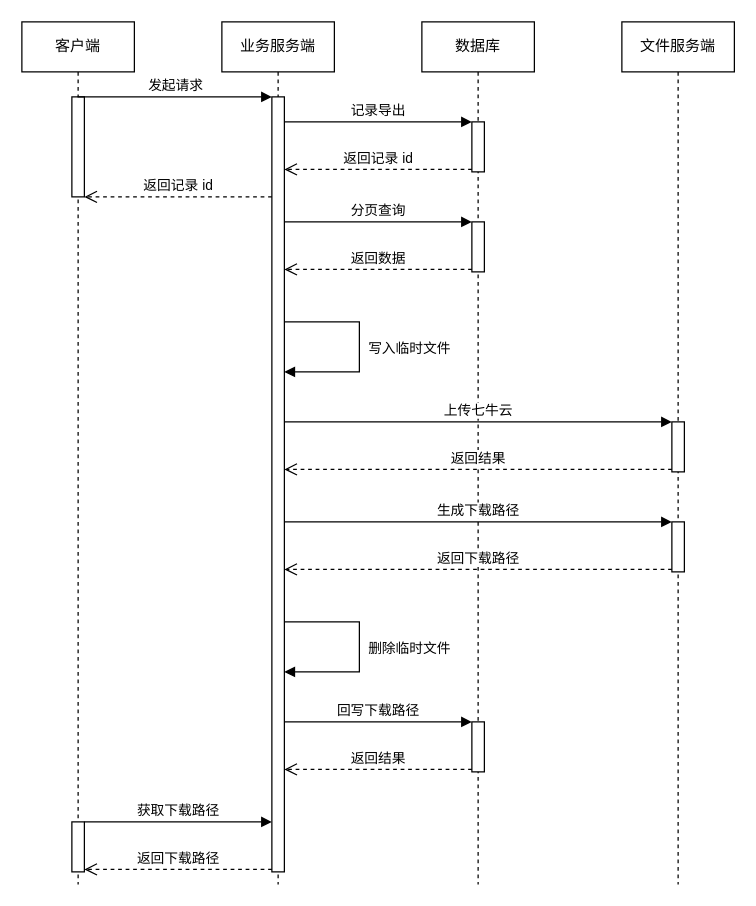
Before: 百万级别的数据导出/百万级别的数据导出.drawio in zero-97/picture-of-the-article, a draw.io diagram. Source tidied: cells renumbered, new cells numbered last; positions are measured from the earlier drawing's top-left corner, leaving out a move shared by most shapes. Both pictures are drawn from the tidied source at 125%, with x=0, y=0 at pixel (21, 21).
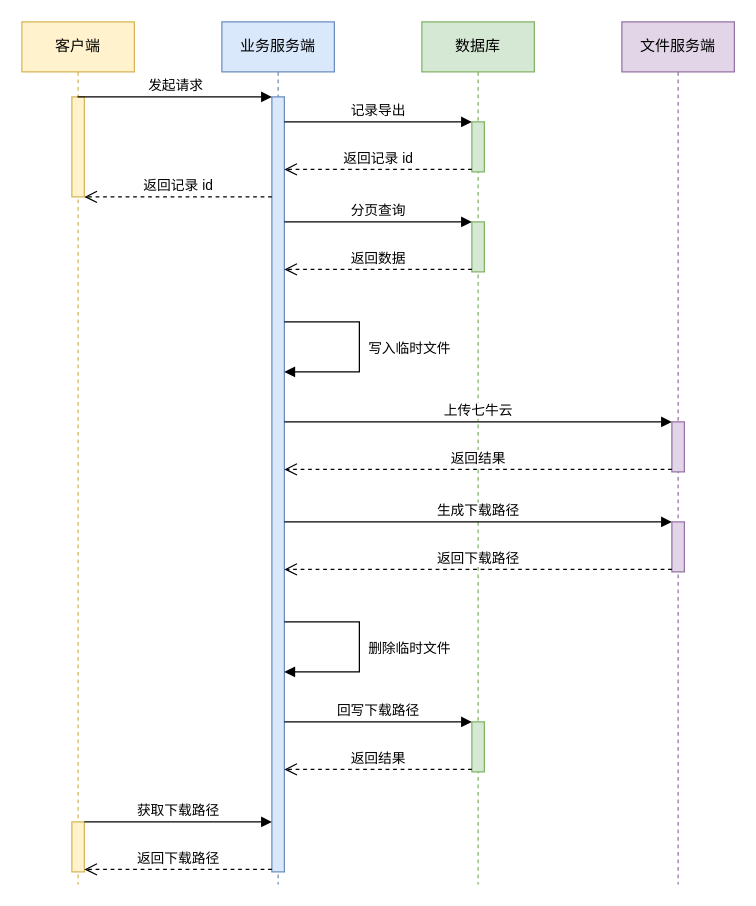
The same page after the edit.

Commit message (it also covers changes not shown here):
Update 百万级别的数据导出.drawio

What changed in the source:
```diff
@@
-    <mxCell id="2" value="客户端" style="shape=umlLifeline;perimeter=lifelinePerimeter;whiteSpace=wrap;html=1;outlineConnect=0;" parent="1" vertex="1">
+    <mxCell id="2" value="客户端" style="shape=umlLifeline;perimeter=lifelinePerimeter;whiteSpace=wrap;html=1;outlineConnect=0;fillColor=#fff2cc;strokeColor=#d6b656;" parent="1" vertex="1">
       <mxGeometry width="90" height="690" as="geometry" />
     </mxCell>
-    <mxCell id="3" style="html=1;points=[];perimeter=orthogonalPerimeter;" parent="2" vertex="1">
+    <mxCell id="3" style="html=1;points=[];perimeter=orthogonalPerimeter;fillColor=#fff2cc;strokeColor=#d6b656;" parent="2" vertex="1">
       <mxGeometry x="40" y="60" width="10" height="80" as="geometry" />
     </mxCell>
-    <mxCell id="4" style="html=1;perimeter=orthogonalPerimeter;" parent="2" vertex="1">
+    <mxCell id="4" style="html=1;perimeter=orthogonalPerimeter;fillColor=#fff2cc;strokeColor=#d6b656;" parent="2" vertex="1">
       <mxGeometry x="40" y="640" width="10" height="40" as="geometry" />
     </mxCell>
-    <mxCell id="5" value="业务服务端" style="shape=umlLifeline;perimeter=lifelinePerimeter;whiteSpace=wrap;html=1;" parent="1" vertex="1">
+    <mxCell id="5" value="业务服务端" style="shape=umlLifeline;perimeter=lifelinePerimeter;whiteSpace=wrap;html=1;fillColor=#dae8fc;strokeColor=#6c8ebf;" parent="1" vertex="1">
       <mxGeometry x="160" width="90" height="690" as="geometry" />
     </mxCell>
-    <mxCell id="6" style="html=1;points=[];perimeter=orthogonalPerimeter;" parent="5" vertex="1">
+    <mxCell id="6" style="html=1;points=[];perimeter=orthogonalPerimeter;fillColor=#dae8fc;strokeColor=#6c8ebf;" parent="5" vertex="1">
       <mxGeometry x="40" y="60" width="10" height="620" as="geometry" />
     </mxCell>
@@
-    <mxCell id="10" value="数据库" style="shape=umlLifeline;perimeter=lifelinePerimeter;whiteSpace=wrap;html=1;" parent="1" vertex="1">
+    <mxCell id="10" value="数据库" style="shape=umlLifeline;perimeter=lifelinePerimeter;whiteSpace=wrap;html=1;fillColor=#d5e8d4;strokeColor=#82b366;" parent="1" vertex="1">
       <mxGeometry x="320" width="90" height="690" as="geometry" />
     </mxCell>
-    <mxCell id="11" style="html=1;points=[];perimeter=orthogonalPerimeter;" parent="10" vertex="1">
+    <mxCell id="11" style="html=1;points=[];perimeter=orthogonalPerimeter;fillColor=#d5e8d4;strokeColor=#82b366;" parent="10" vertex="1">
       <mxGeometry x="40" y="80" width="10" height="40" as="geometry" />
     </mxCell>
-    <mxCell id="12" style="html=1;points=[];perimeter=orthogonalPerimeter;" parent="10" vertex="1">
+    <mxCell id="12" style="html=1;points=[];perimeter=orthogonalPerimeter;fillColor=#d5e8d4;strokeColor=#82b366;" parent="10" vertex="1">
       <mxGeometry x="40" y="160" width="10" height="40" as="geometry" />
     </mxCell>
-    <mxCell id="13" style="html=1;points=[];perimeter=orthogonalPerimeter;" parent="10" vertex="1">
+    <mxCell id="13" style="html=1;points=[];perimeter=orthogonalPerimeter;fillColor=#d5e8d4;strokeColor=#82b366;" parent="10" vertex="1">
       <mxGeometry x="40" y="560" width="10" height="40" as="geometry" />
     </mxCell>
@@
-    <mxCell id="15" value="文件服务端" style="shape=umlLifeline;perimeter=lifelinePerimeter;whiteSpace=wrap;html=1;" parent="1" vertex="1">
+    <mxCell id="15" value="文件服务端" style="shape=umlLifeline;perimeter=lifelinePerimeter;whiteSpace=wrap;html=1;fillColor=#e1d5e7;strokeColor=#9673a6;" parent="1" vertex="1">
       <mxGeometry x="480" width="90" height="690" as="geometry" />
     </mxCell>
-    <mxCell id="16" style="html=1;points=[];perimeter=orthogonalPerimeter;" parent="15" vertex="1">
+    <mxCell id="16" style="html=1;points=[];perimeter=orthogonalPerimeter;fillColor=#e1d5e7;strokeColor=#9673a6;" parent="15" vertex="1">
       <mxGeometry x="40" y="320" width="10" height="40" as="geometry" />
     </mxCell>
-    <mxCell id="17" style="html=1;points=[];perimeter=orthogonalPerimeter;" parent="15" vertex="1">
+    <mxCell id="17" style="html=1;points=[];perimeter=orthogonalPerimeter;fillColor=#e1d5e7;strokeColor=#9673a6;" parent="15" vertex="1">
       <mxGeometry x="40" y="400" width="10" height="40" as="geometry" />
     </mxCell>
```
